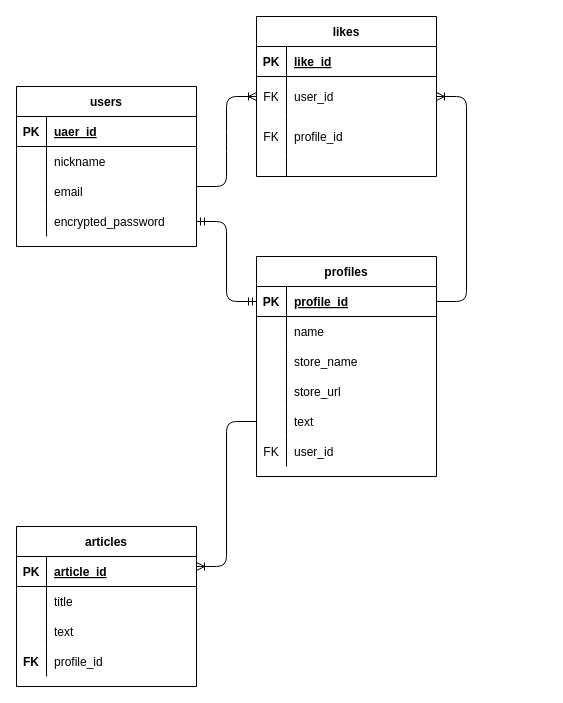
This is youme_ER.dio from yait-ucess/YouMe, a draw.io file, before an edit. Source tidied: cells renumbered, new cells numbered last; positions are measured from the earlier drawing's top-left corner, leaving out a move shared by most shapes. Both pictures are drawn from the tidied source at 100%, with x=0, y=0 at pixel (16, 16).
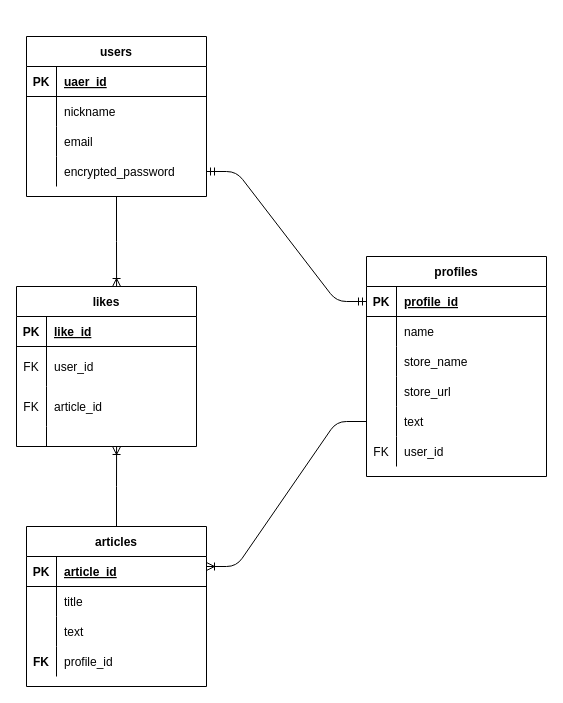
The same page after the edit.

The change refers to these unchanged cells:
```xml
<mxCell id="16" style="shape=partialRectangle;fillColor=none;top=0;left=0;bottom=1;right=0;points=[[0,0.5],[1,0.5]];portConstraint=eastwest;" parent="15" vertex="1">
  <mxGeometry y="30" width="180" height="30" as="geometry" />
</mxCell>
<mxCell id="53" style="shape=partialRectangle;fillColor=none;top=0;left=0;bottom=0;right=0;points=[[0,0.5],[1,0.5]];portConstraint=eastwest;" parent="49" vertex="1">
  <mxGeometry y="60" width="180" height="40" as="geometry" />
</mxCell>
<mxCell id="56" style="shape=partialRectangle;fillColor=none;top=0;left=0;bottom=0;right=0;" parent="49" vertex="1">
  <mxGeometry y="100" width="180" height="40" as="geometry" />
</mxCell>
<mxCell id="59" style="shape=partialRectangle;fillColor=none;top=0;left=0;bottom=0;right=0;points=[[0,0.5],[1,0.5]];portConstraint=eastwest;" parent="49" vertex="1">
  <mxGeometry y="140" width="180" height="20" as="geometry" />
</mxCell>
```

The edit, as a diff of the source:
```diff
@@
+    <mxCell id="64" style="edgeStyle=orthogonalEdgeStyle;rounded=0;jumpSize=4;jettySize=auto;html=1;exitX=0.5;exitY=1;exitDx=0;exitDy=0;entryX=0.556;entryY=0;entryDx=0;entryDy=0;entryPerimeter=0;startSize=6;endArrow=ERoneToMany;endFill=0;" parent="1" edge="1" source="2" target="49">
+      <mxGeometry relative="1" as="geometry" />
+    </mxCell>
     <mxCell id="2" value="users" style="shape=table;startSize=30;childLayout=tableLayout;rowLines=0;fontStyle=1;align=center;" parent="1" vertex="1">
-      <mxGeometry y="70" width="180" height="160" as="geometry" />
+      <mxGeometry x="10" y="20" width="180" height="160" as="geometry" />
     </mxCell>
@@
     <mxCell id="15" value="profiles" style="shape=table;startSize=30;childLayout=tableLayout;rowLines=0;fontStyle=1;align=center;" parent="1" vertex="1">
-      <mxGeometry x="240" y="240" width="180" height="220" as="geometry" />
+      <mxGeometry x="350" y="240" width="180" height="220" as="geometry" />
     </mxCell>
@@
+    <mxCell id="65" style="edgeStyle=orthogonalEdgeStyle;rounded=0;jumpSize=4;jettySize=auto;html=1;exitX=0.5;exitY=0;exitDx=0;exitDy=0;entryX=0.556;entryY=1;entryDx=0;entryDy=0;entryPerimeter=0;startSize=6;endArrow=ERoneToMany;endFill=0;" parent="1" edge="1" source="34" target="59">
+      <mxGeometry relative="1" as="geometry" />
+    </mxCell>
     <mxCell id="34" value="articles" style="shape=table;startSize=30;childLayout=tableLayout;rowLines=0;fontStyle=1;align=center;" parent="1" vertex="1">
-      <mxGeometry y="510" width="180" height="160" as="geometry" />
+      <mxGeometry x="10" y="510" width="180" height="160" as="geometry" />
     </mxCell>
@@
     <mxCell id="49" value="likes" style="shape=table;startSize=30;childLayout=tableLayout;rowLines=0;fontStyle=1;align=center;" parent="1" vertex="1">
-      <mxGeometry x="240" width="180" height="160" as="geometry" />
+      <mxGeometry y="270" width="180" height="160" as="geometry" />
     </mxCell>
@@
-    <mxCell id="58" value="profile_id" style="shape=partialRectangle;fillColor=none;top=0;left=0;bottom=0;right=0;align=left;spacingLeft=6;overflow=hidden;" parent="56" vertex="1">
+    <mxCell id="58" value="article_id" style="shape=partialRectangle;fillColor=none;top=0;left=0;bottom=0;right=0;align=left;spacingLeft=6;overflow=hidden;" parent="56" vertex="1">
       <mxGeometry x="30" width="150" height="40" as="geometry" />
     </mxCell>
@@
-    <mxCell id="62" style="edgeStyle=entityRelationEdgeStyle;fontSize=12;html=1;endArrow=ERoneToMany;entryX=0;entryY=0.5;entryDx=0;entryDy=0;" parent="1" edge="1" target="53">
-      <mxGeometry relative="1" as="geometry">
-        <mxPoint x="180" y="170" as="sourcePoint" />
-      </mxGeometry>
-    </mxCell>
-    <mxCell id="63" style="edgeStyle=entityRelationEdgeStyle;fontSize=12;html=1;endArrow=ERoneToMany;entryX=1;entryY=0.5;entryDx=0;entryDy=0;exitX=1;exitY=0.5;exitDx=0;exitDy=0;" parent="1" edge="1" source="16" target="53">
-      <mxGeometry relative="1" as="geometry" />
-    </mxCell>
```
